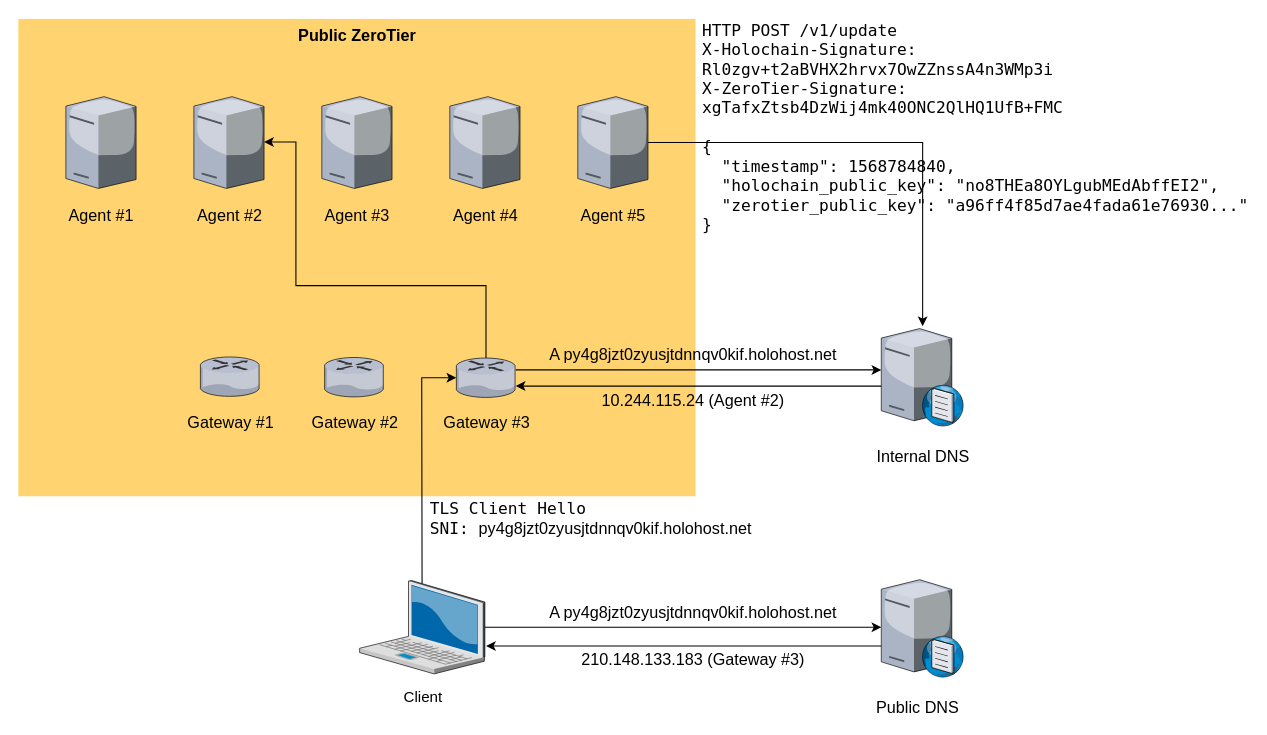
Earlier version of the draw.io diagram diagram.drawio (transumption-crypto/holo-router). Source tidied: cells renumbered, new cells numbered last; positions are measured from the earlier drawing's top-left corner, leaving out a move shared by most shapes. Both pictures are drawn from the tidied source at 108%, with x=0, y=0 at pixel (17, 18).
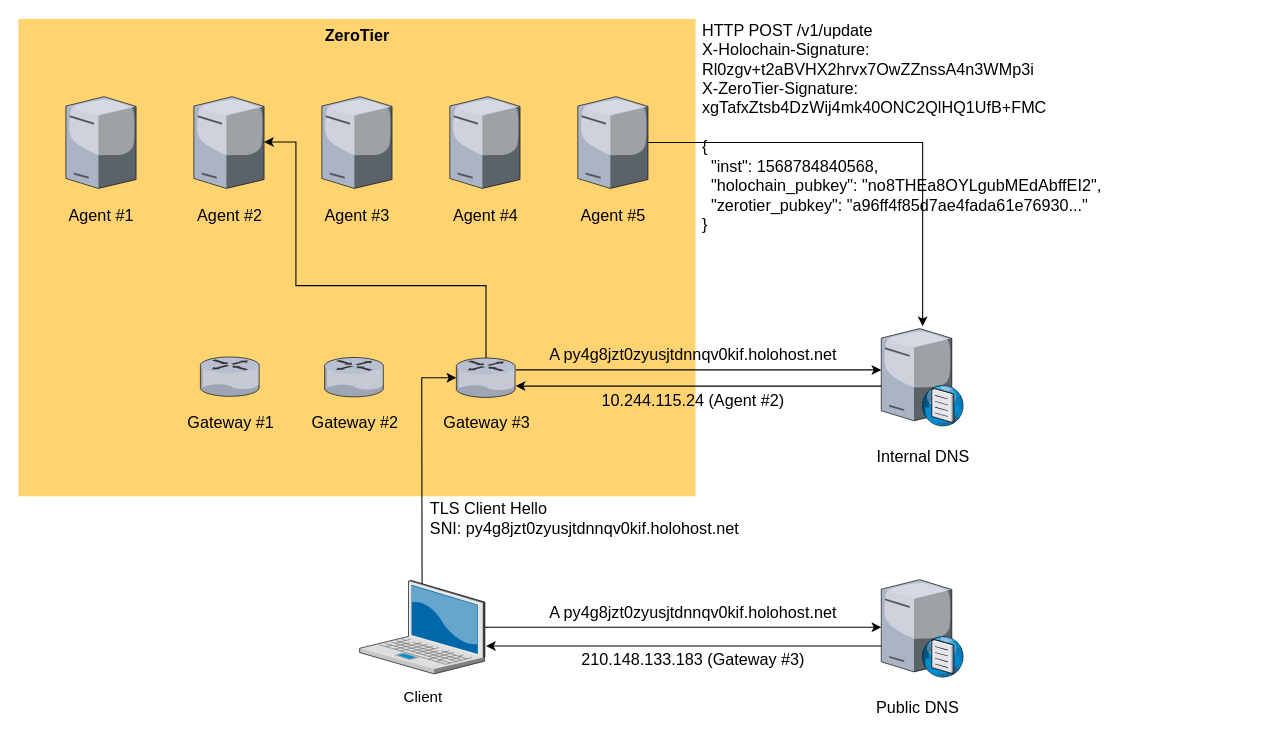
The same diagram, later.

Commit message (it also covers changes not shown here):
Use Helvetica everywhere on diagram

The edit, as a diff of the source:
```diff
@@
-    <mxCell id="2" value="&lt;font style=&quot;font-size: 15px&quot;&gt;&lt;b&gt;Public ZeroTier&lt;/b&gt;&lt;/font&gt;" style="whiteSpace=wrap;html=1;fillColor=#FFD470;gradientColor=none;fontSize=14;strokeColor=none;verticalAlign=top;" parent="1" vertex="1">
+    <mxCell id="2" value="&lt;font style=&quot;font-size: 15px&quot;&gt;&lt;b&gt;ZeroTier&lt;/b&gt;&lt;/font&gt;" style="whiteSpace=wrap;html=1;fillColor=#FFD470;gradientColor=none;fontSize=14;strokeColor=none;verticalAlign=top;" parent="1" vertex="1">
       <mxGeometry x="0.5" width="627" height="442" as="geometry" />
     </mxCell>
@@
-    <mxCell id="35" value="TLS Client Hello&lt;br&gt;SNI:&amp;nbsp;&lt;span style=&quot;font-family: &amp;#34;helvetica&amp;#34;&quot;&gt;py4g8jzt0zyusjtdnnqv0kif.holohost.net&lt;/span&gt;" style="text;html=1;align=left;verticalAlign=middle;fillColor=none;strokeColor=none;rounded=0;fontFamily=Lucida Console;fontSize=15;" parent="1" vertex="1">
+    <mxCell id="35" value="&lt;font face=&quot;Helvetica&quot;&gt;TLS Client Hello&lt;br&gt;SNI:&amp;nbsp;py4g8jzt0zyusjtdnnqv0kif.holohost.net&lt;/font&gt;" style="text;html=1;align=left;verticalAlign=middle;fillColor=none;strokeColor=none;rounded=0;fontFamily=Lucida Console;fontSize=15;" parent="1" vertex="1">
       <mxGeometry x="380" y="442" width="300" height="40" as="geometry" />
     </mxCell>
@@
-    <mxCell id="39" value="HTTP POST /v1/update&lt;br&gt;X-Holochain-Signature:&lt;br&gt;Rl0zgv+t2aBVHX2hrvx7OwZZnssA4n3WMp3i&lt;br&gt;X-ZeroTier-Signature:&lt;br&gt;xgTafxZtsb4DzWij4mk40ONC2QlHQ1UfB+FMC&lt;br&gt;&lt;br&gt;{&lt;br&gt;&amp;nbsp; &quot;timestamp&quot;: 1568784840,&lt;br&gt;&amp;nbsp; &quot;holochain_public_key&quot;: &quot;no8THEa8OYLgubMEdAbffEI2&quot;,&lt;br&gt;&amp;nbsp; &quot;zerotier_public_key&quot;: &quot;a96ff4f85d7ae4fada61e76930...&quot;&lt;br&gt;}" style="text;html=1;align=left;verticalAlign=middle;fillColor=none;strokeColor=none;rounded=0;fontFamily=Lucida Console;fontSize=15;" parent="1" vertex="1">
-      <mxGeometry x="631.5" width="400" height="200" as="geometry" />
+    <mxCell id="39" value="&lt;font face=&quot;Helvetica&quot;&gt;HTTP POST /v1/update&lt;br&gt;X-Holochain-Signature:&lt;br&gt;Rl0zgv+t2aBVHX2hrvx7OwZZnssA4n3WMp3i&lt;br&gt;X-ZeroTier-Signature:&lt;br&gt;xgTafxZtsb4DzWij4mk40ONC2QlHQ1UfB+FMC&lt;br&gt;&lt;br&gt;{&lt;br&gt;&amp;nbsp; &quot;inst&quot;: 1568784840568,&lt;br&gt;&amp;nbsp; &quot;holochain_pubkey&quot;: &quot;no8THEa8OYLgubMEdAbffEI2&quot;,&lt;br&gt;&amp;nbsp; &quot;zerotier_pubkey&quot;: &quot;a96ff4f85d7ae4fada61e76930...&quot;&lt;br&gt;}&lt;/font&gt;" style="text;html=1;align=left;verticalAlign=middle;fillColor=none;strokeColor=none;rounded=0;fontFamily=Lucida Console;fontSize=15;" parent="1" vertex="1">
+      <mxGeometry x="631.5" width="380" height="200" as="geometry" />
     </mxCell>
```
